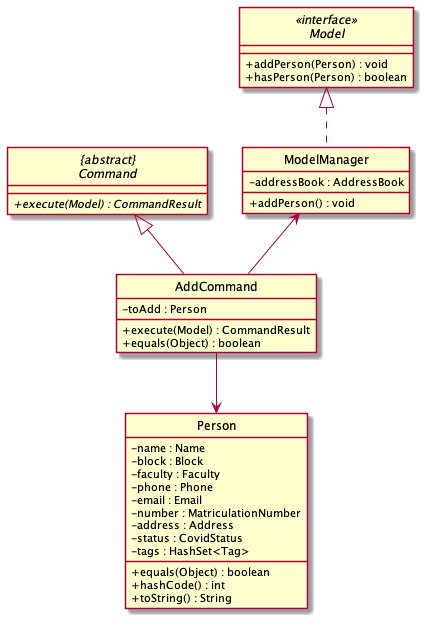
This is docs/images/AddClassDiagram.png from nus-cs2103-AY2122S2/tp, a PlantUML export, as it was before one commit.
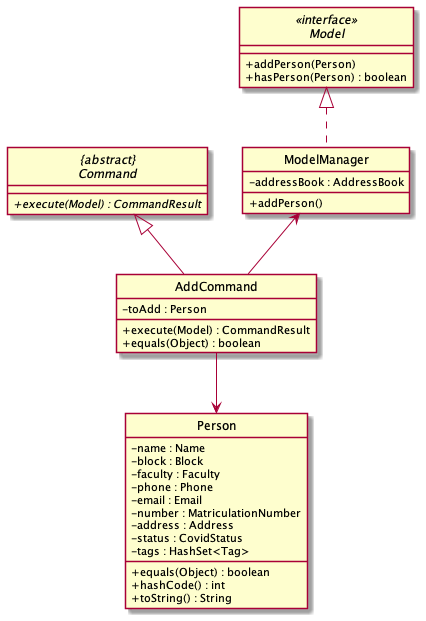
The same file after the commit.

Change to the diagram source:
```diff
@@ -8,13 +8,13 @@
 }
 
 interface Model <<interface>> {
-    + addPerson(Person) : void
+    + addPerson(Person)
     + hasPerson(Person) : boolean
 }
 
 class ModelManager implements Model{
     -addressBook : AddressBook
-    +addPerson() : void
+    +addPerson()
 }
 
 class Person {
```
